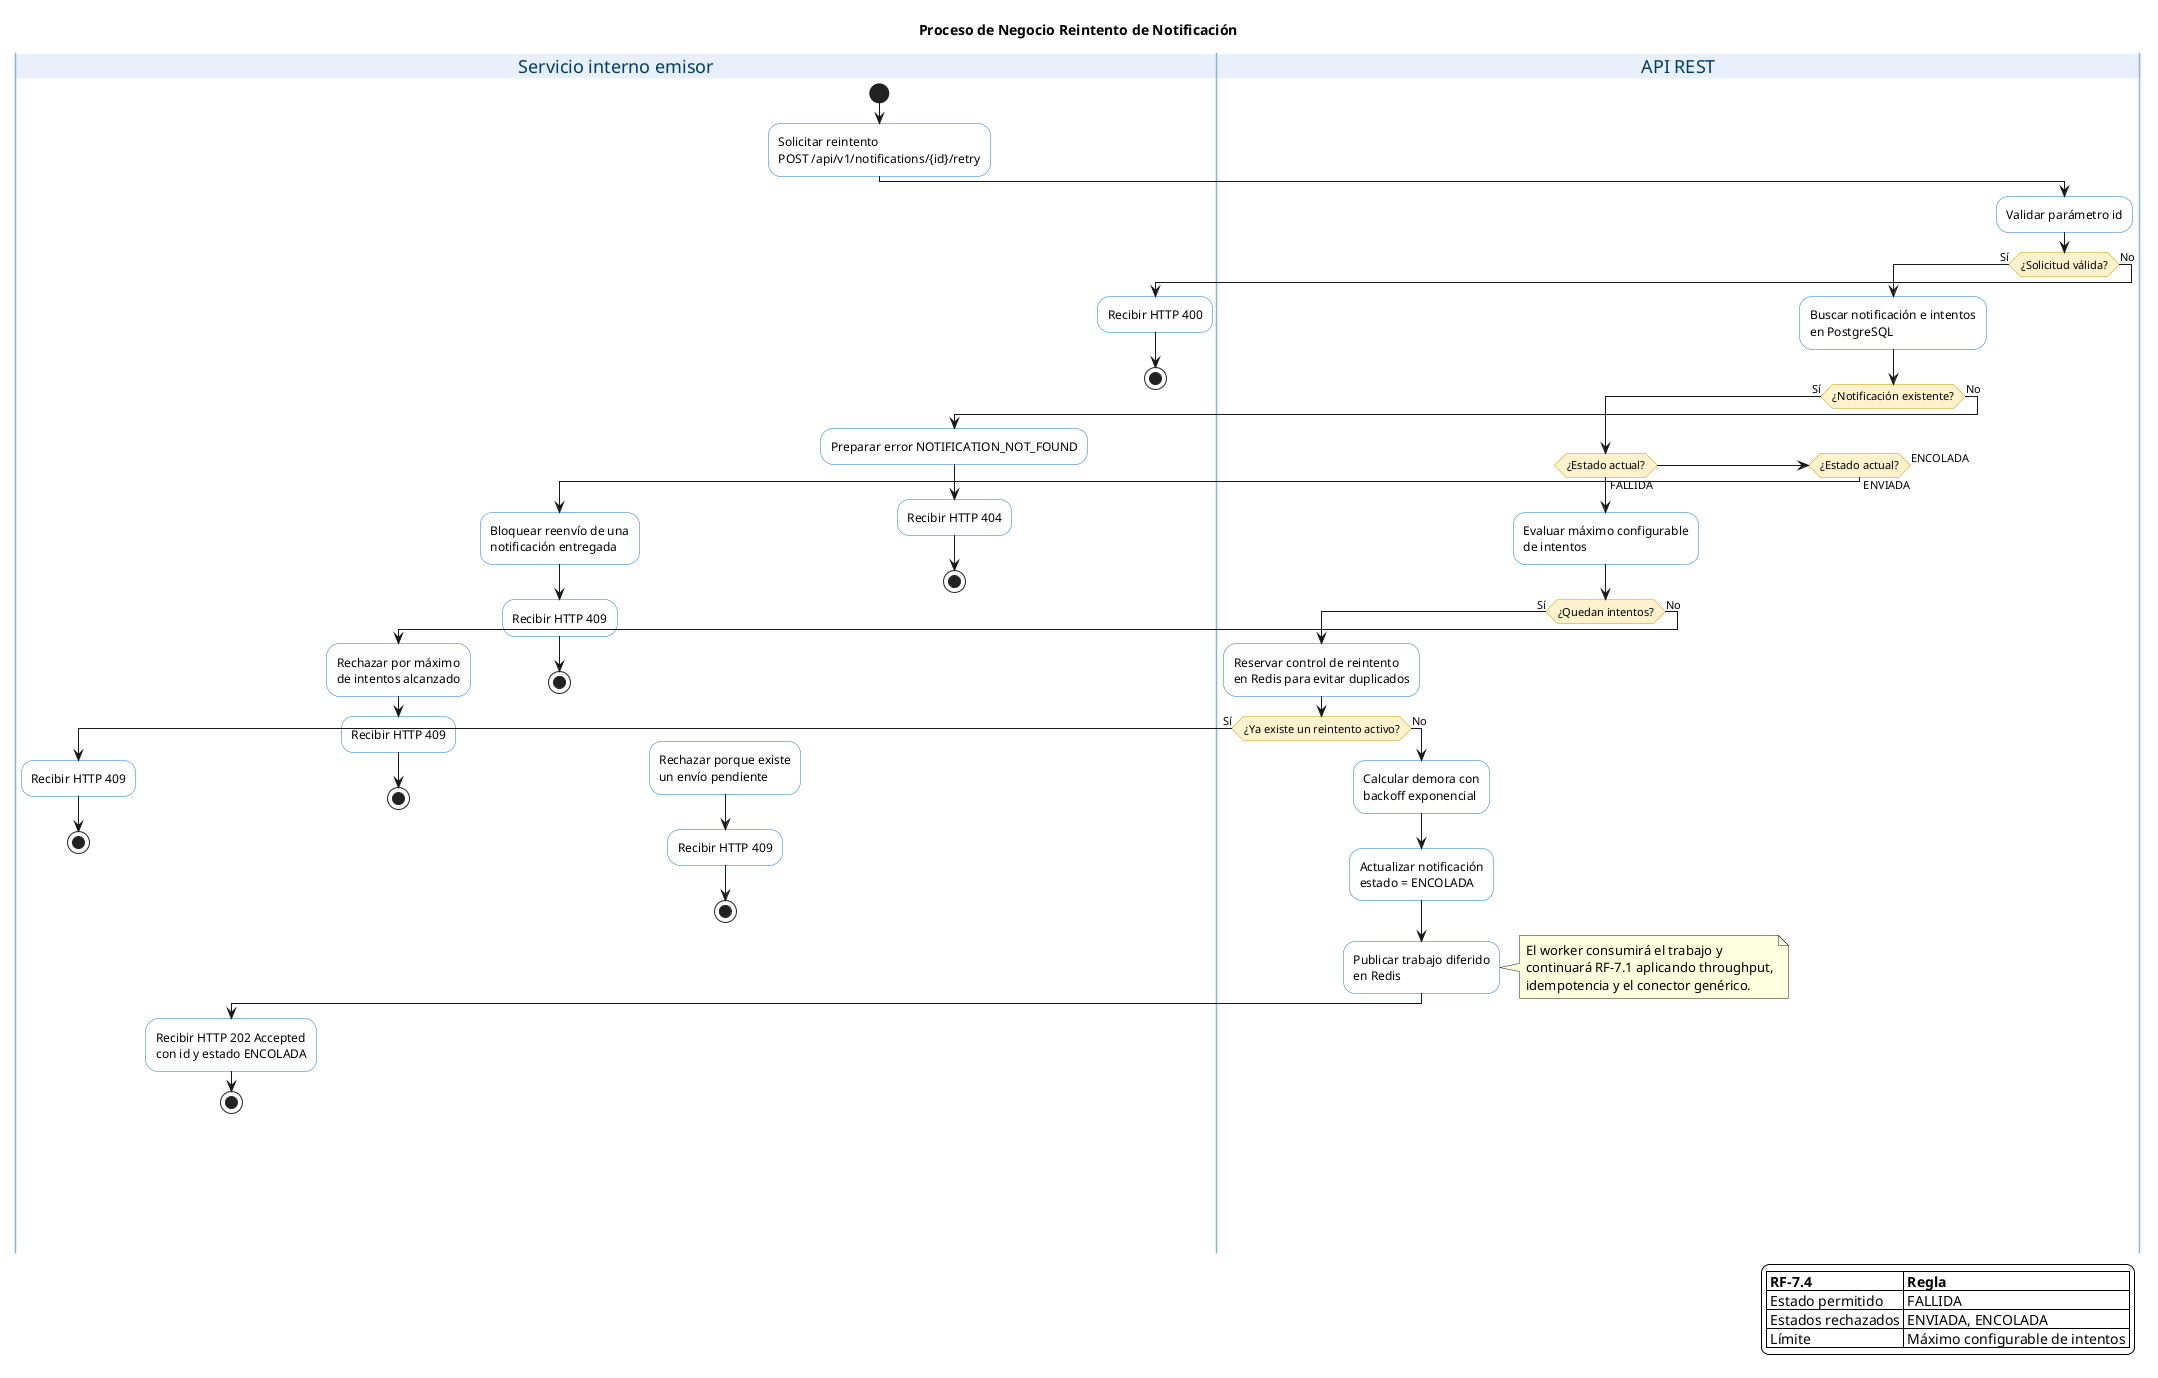
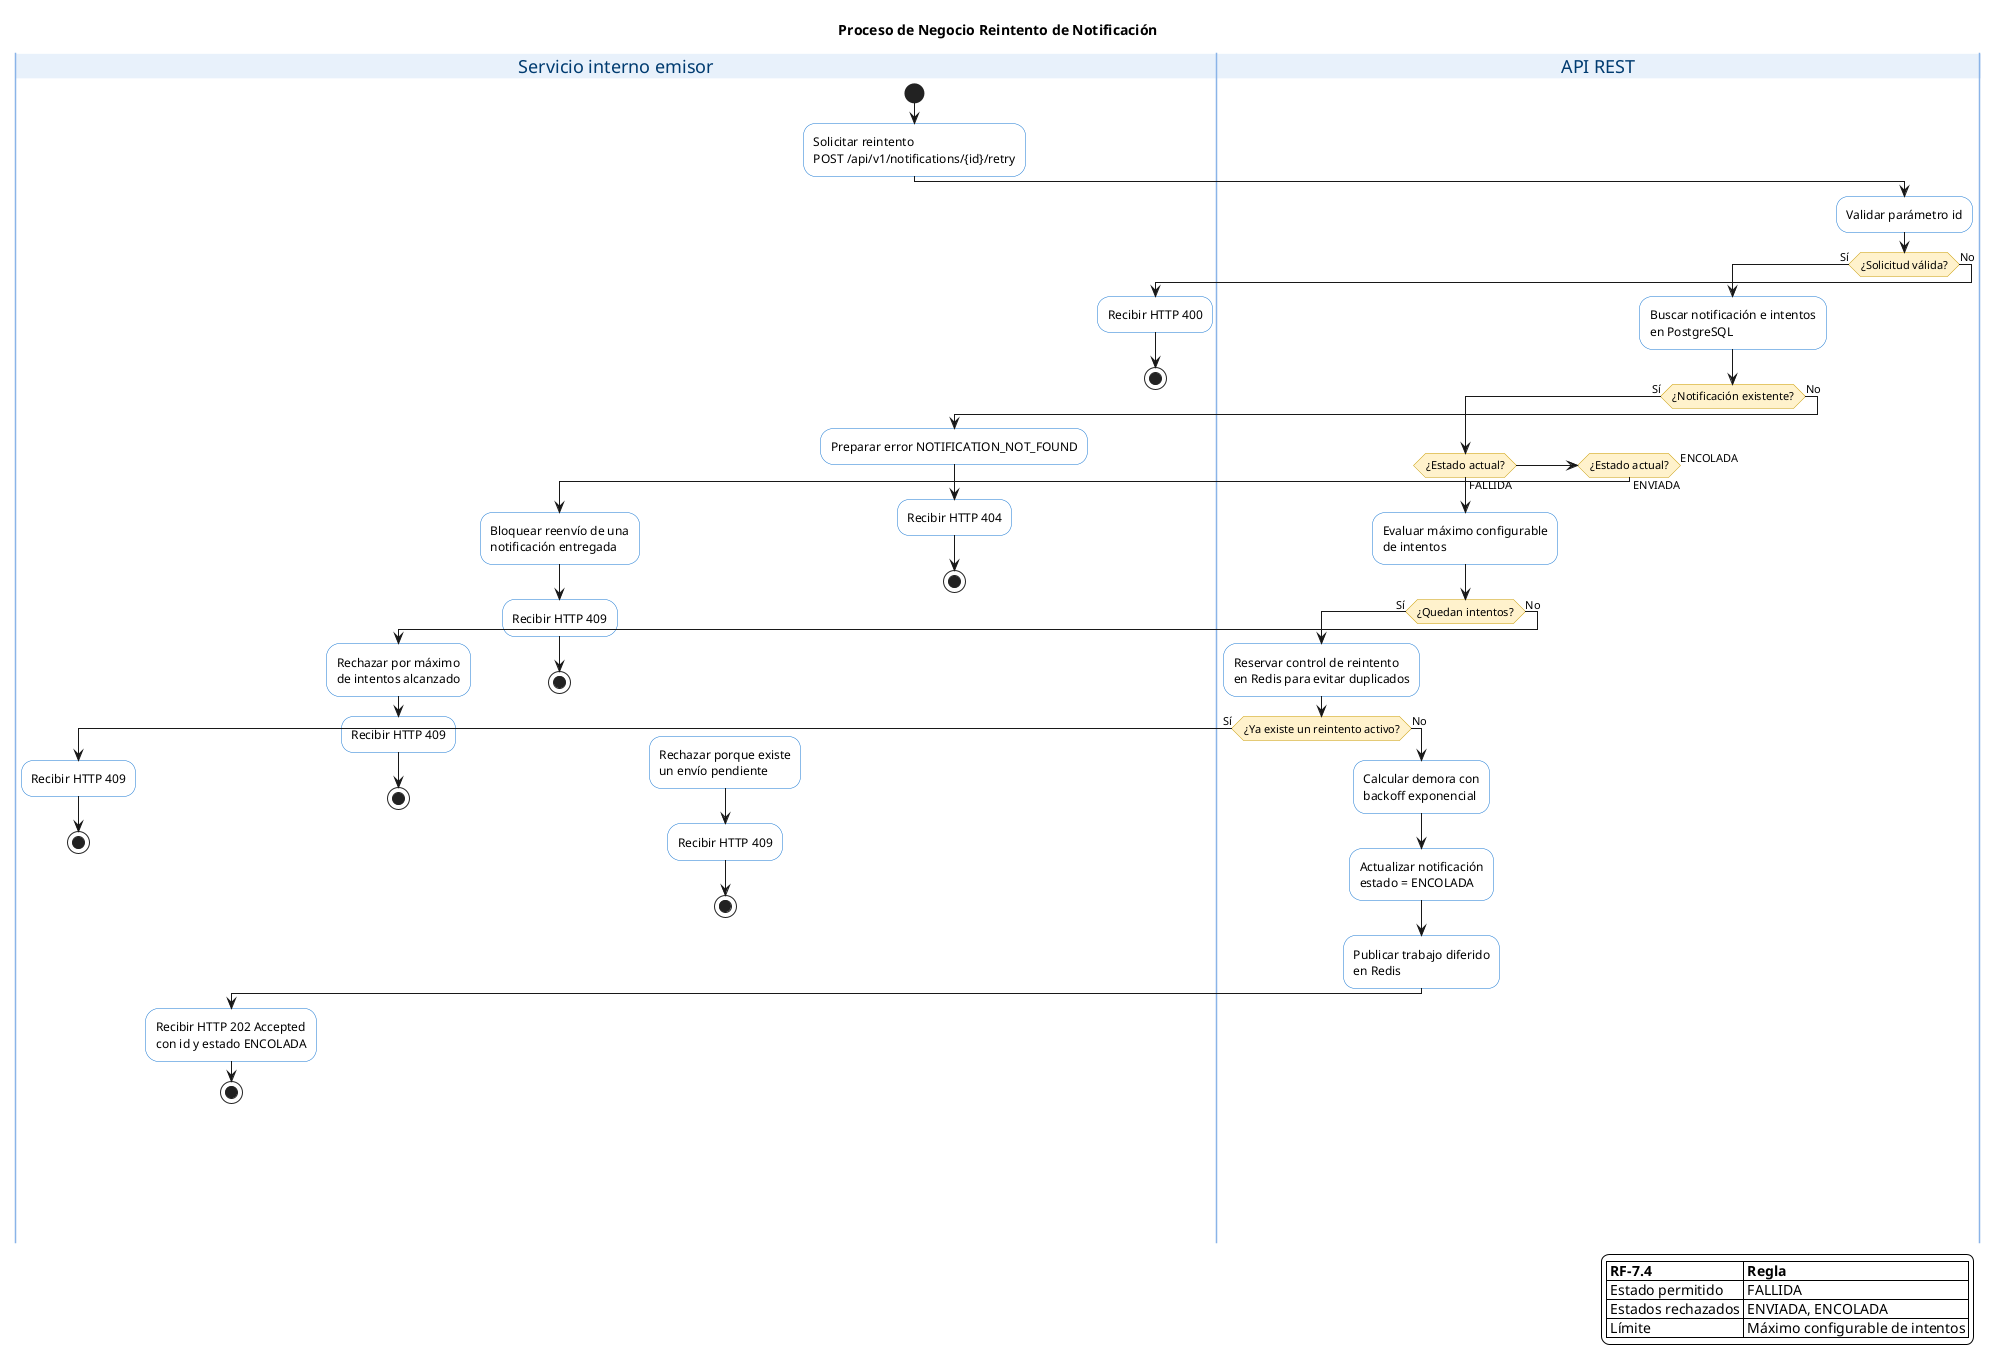
@startuml notificaciones-04-bp-reintento

title Proceso de Negocio Reintento de Notificación

skinparam backgroundColor white
skinparam shadowing false
skinparam activity {
    BackgroundColor white
    BorderColor #1676D2
    FontColor #000000
    DiamondBackgroundColor #FFF2CC
    DiamondBorderColor #C99A00
    StartColor #222222
    EndColor #222222
    BarColor #1676D2
}
skinparam swimlane {
    BorderColor #8AB4E8
    TitleBackgroundColor #E8F1FB
    TitleFontColor #003B70
}

|Servicio interno emisor|
start
:Solicitar reintento\nPOST /api/v1/notifications/{id}/retry;

|API REST|
:Validar parámetro id;

if (¿Solicitud válida?) then (Sí)
    :Buscar notificación e intentos\nen PostgreSQL;
    if (¿Notificación existente?) then (Sí)
        if (¿Estado actual?) then (FALLIDA)
            :Evaluar máximo configurable\nde intentos;
            if (¿Quedan intentos?) then (Sí)
                :Reservar control de reintento\nen Redis para evitar duplicados;
                if (¿Ya existe un reintento activo?) then (Sí)
                    |Servicio interno emisor|
                    :Recibir HTTP 409;
                    stop
                else (No)
                    |API REST|
                    :Calcular demora con\nbackoff exponencial;
                    :Actualizar notificación\nestado = ENCOLADA;
                    :Publicar trabajo diferido\nen Redis;
-                     note right
-                       El worker consumirá el trabajo y
-                       continuará RF-7.1 aplicando throughput,
-                       idempotencia y el conector genérico.
-                     end note
+ 
                    |Servicio interno emisor|
                    :Recibir HTTP 202 Accepted\ncon id y estado ENCOLADA;
                    stop
                endif
            else (No)
                :Rechazar por máximo\nde intentos alcanzado;
                |Servicio interno emisor|
                :Recibir HTTP 409;
                stop
            endif
        elseif (¿Estado actual?) then (ENVIADA)
            :Bloquear reenvío de una\nnotificación entregada;
            |Servicio interno emisor|
            :Recibir HTTP 409;
            stop
        else (ENCOLADA)
            :Rechazar porque existe\nun envío pendiente;
            |Servicio interno emisor|
            :Recibir HTTP 409;
            stop
        endif
    else (No)
        :Preparar error NOTIFICATION_NOT_FOUND;
        |Servicio interno emisor|
        :Recibir HTTP 404;
        stop
    endif
else (No)
    |Servicio interno emisor|
    :Recibir HTTP 400;
    stop
endif

legend right
|= RF-7.4 |= Regla |
| Estado permitido | FALLIDA |
| Estados rechazados | ENVIADA, ENCOLADA |
| Límite | Máximo configurable de intentos |
endlegend

@enduml
